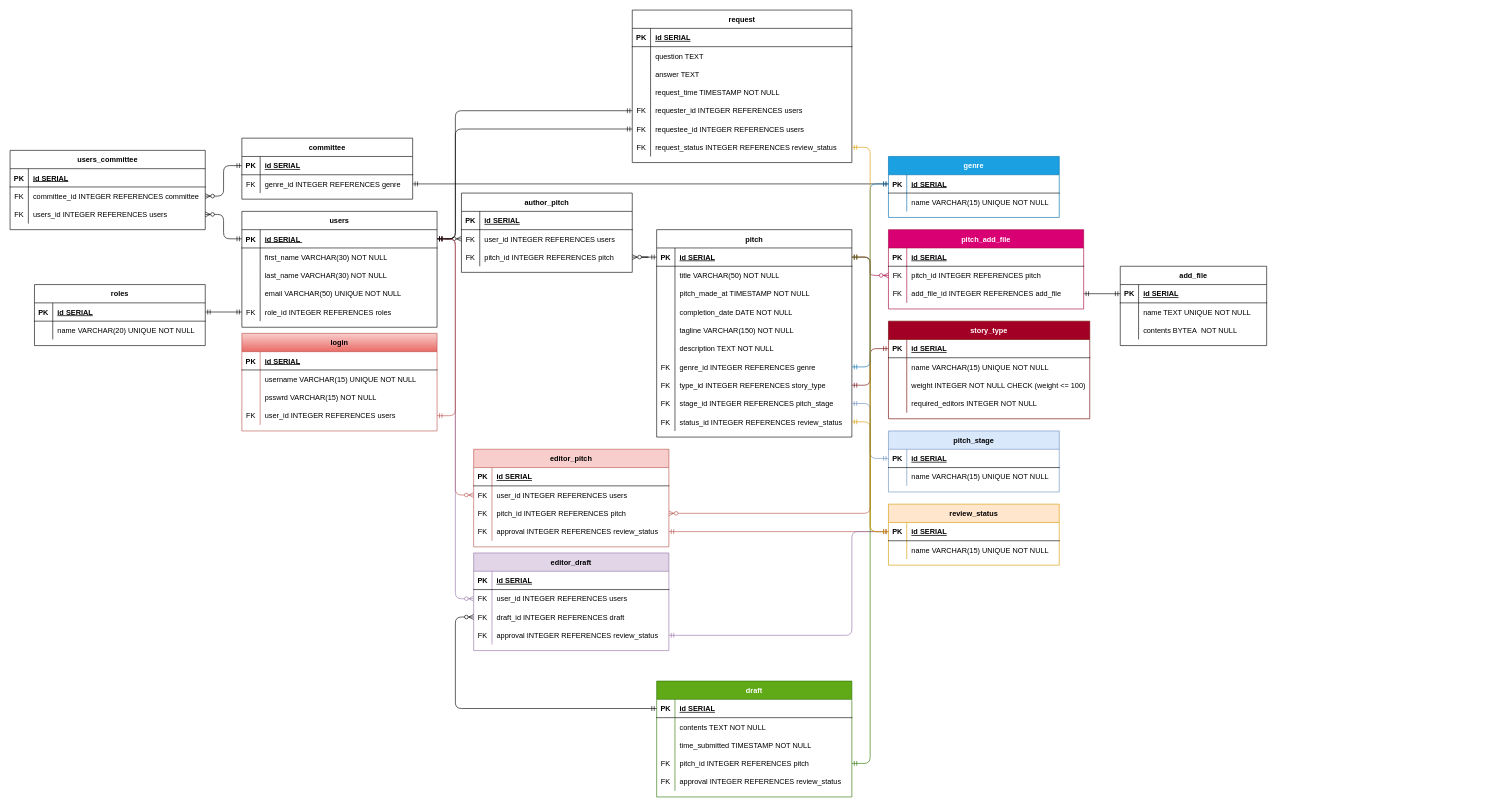
This is Project1/SPMS_ERD.drawio from irtalla/2011-nov9-usf, a draw.io file, before an edit. Source tidied: cells renumbered, new cells numbered last; positions are measured from the earlier drawing's top-left corner, leaving out a move shared by most shapes. Both pictures are drawn from the tidied source at 61%, with x=0, y=0 at pixel (10, 10).
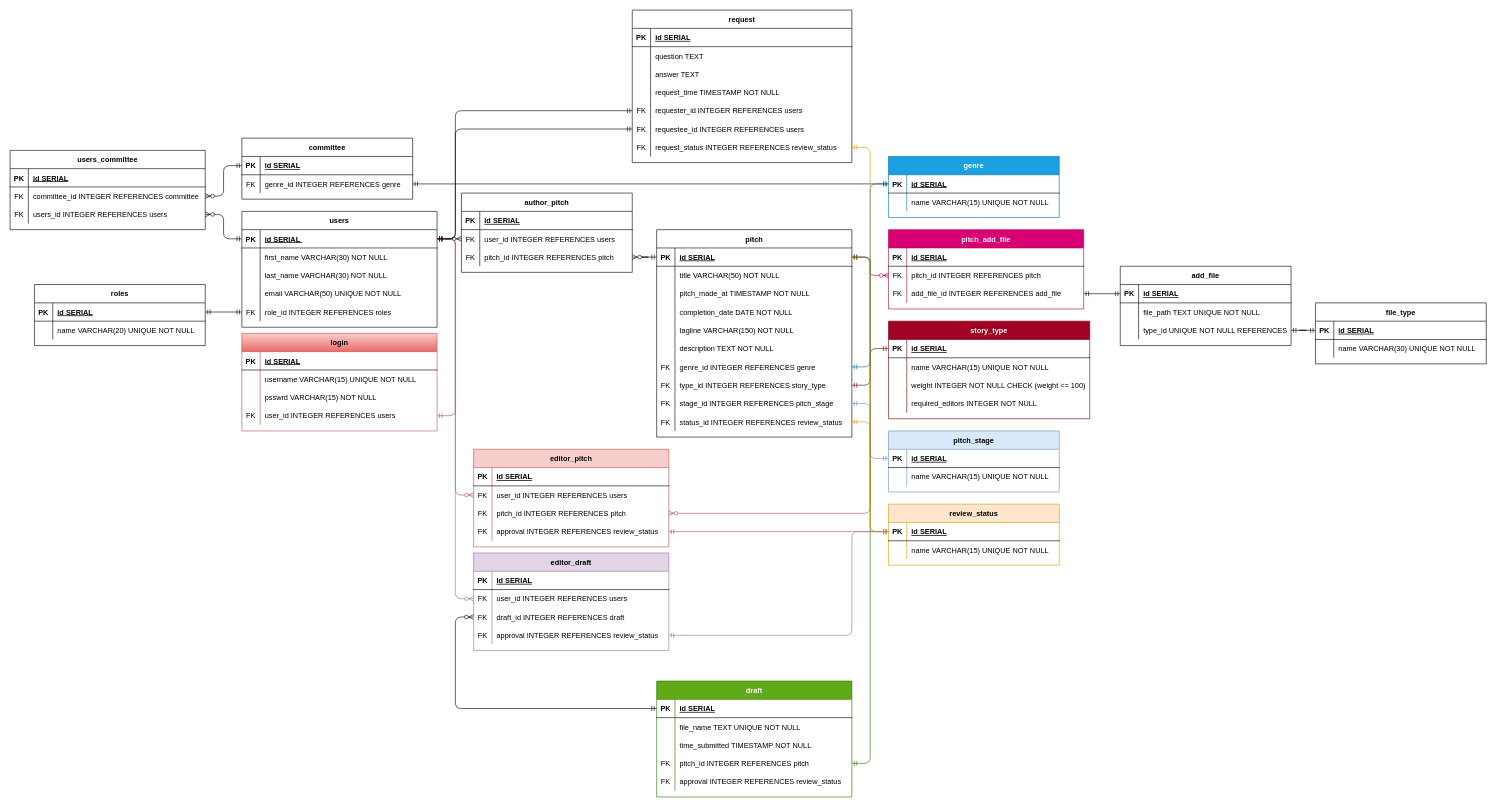
Above is the later version.

Commit message (it also covers changes not shown here):
Updated ERDs to better reflect the new plan for additional files being stored outside of db

The change refers to these unchanged cells:
```xml
<mxCell id="166" style="shape=partialRectangle;fillColor=none;top=0;left=0;bottom=0;right=0;" parent="162" vertex="1">
  <mxGeometry y="60" width="320" height="30" as="geometry" />
</mxCell>
```

What changed in the source:
```diff
@@
     <mxCell id="128" value="add_file" style="shape=table;startSize=30;childLayout=tableLayout;rowLines=0;fontStyle=1;align=center;" parent="1" vertex="1">
-      <mxGeometry x="1820" y="420" width="240" height="130" as="geometry" />
+      <mxGeometry x="1820" y="420" width="280" height="130" as="geometry" />
     </mxCell>
     <mxCell id="129" style="shape=partialRectangle;fillColor=none;top=0;left=0;bottom=1;right=0;points=[[0,0.5],[1,0.5]];portConstraint=eastwest;" parent="128" vertex="1">
-      <mxGeometry y="30" width="240" height="30" as="geometry" />
+      <mxGeometry y="30" width="280" height="30" as="geometry" />
     </mxCell>
@@
     <mxCell id="131" value="id SERIAL" style="shape=partialRectangle;fillColor=none;top=0;left=0;bottom=0;right=0;align=left;spacingLeft=6;fontStyle=5;overflow=hidden;" parent="129" vertex="1">
-      <mxGeometry x="30" width="210" height="30" as="geometry" />
+      <mxGeometry x="30" width="250" height="30" as="geometry" />
     </mxCell>
     <mxCell id="132" style="shape=partialRectangle;fillColor=none;top=0;left=0;bottom=0;right=0;" parent="128" vertex="1">
-      <mxGeometry y="60" width="240" height="30" as="geometry" />
+      <mxGeometry y="60" width="280" height="30" as="geometry" />
     </mxCell>
@@
-    <mxCell id="134" value="name TEXT UNIQUE NOT NULL" style="shape=partialRectangle;fillColor=none;top=0;left=0;bottom=0;right=0;align=left;spacingLeft=6;overflow=hidden;" parent="132" vertex="1">
-      <mxGeometry x="30" width="210" height="30" as="geometry" />
+    <mxCell id="134" value="file_path TEXT UNIQUE NOT NULL" style="shape=partialRectangle;fillColor=none;top=0;left=0;bottom=0;right=0;align=left;spacingLeft=6;overflow=hidden;" parent="132" vertex="1">
+      <mxGeometry x="30" width="250" height="30" as="geometry" />
     </mxCell>
     <mxCell id="135" style="shape=partialRectangle;fillColor=none;top=0;left=0;bottom=0;right=0;points=[[0,0.5],[1,0.5]];portConstraint=eastwest;" parent="128" vertex="1">
-      <mxGeometry y="90" width="240" height="30" as="geometry" />
+      <mxGeometry y="90" width="280" height="30" as="geometry" />
     </mxCell>
@@
-    <mxCell id="137" value="contents BYTEA  NOT NULL" style="shape=partialRectangle;fillColor=none;top=0;left=0;bottom=0;right=0;align=left;spacingLeft=6;overflow=hidden;" parent="135" vertex="1">
-      <mxGeometry x="30" width="210" height="30" as="geometry" />
+    <mxCell id="137" value="type_id UNIQUE NOT NULL REFERENCES  " style="shape=partialRectangle;fillColor=none;top=0;left=0;bottom=0;right=0;align=left;spacingLeft=6;overflow=hidden;" parent="135" vertex="1">
+      <mxGeometry x="30" width="250" height="30" as="geometry" />
     </mxCell>
@@
-    <mxCell id="168" value="contents TEXT NOT NULL" style="shape=partialRectangle;fillColor=none;top=0;left=0;bottom=0;right=0;align=left;spacingLeft=6;overflow=hidden;" parent="166" vertex="1">
+    <mxCell id="168" value="file_name TEXT UNIQUE NOT NULL" style="shape=partialRectangle;fillColor=none;top=0;left=0;bottom=0;right=0;align=left;spacingLeft=6;overflow=hidden;" parent="166" vertex="1">
       <mxGeometry x="30" width="290" height="30" as="geometry" />
     </mxCell>
@@
+    <mxCell id="237" value="file_type" style="shape=table;startSize=30;childLayout=tableLayout;rowLines=0;fontStyle=1;align=center;" parent="1" vertex="1">
+      <mxGeometry x="2140" y="480" width="280" height="100" as="geometry" />
+    </mxCell>
+    <mxCell id="238" style="shape=partialRectangle;fillColor=none;top=0;left=0;bottom=1;right=0;points=[[0,0.5],[1,0.5]];portConstraint=eastwest;" parent="237" vertex="1">
+      <mxGeometry y="30" width="280" height="30" as="geometry" />
+    </mxCell>
+    <mxCell id="239" value="PK" style="shape=partialRectangle;fillColor=none;top=0;left=0;bottom=0;right=0;fontStyle=1;overflow=hidden;" parent="238" vertex="1">
+      <mxGeometry width="30" height="30" as="geometry" />
+    </mxCell>
+    <mxCell id="240" value="id SERIAL" style="shape=partialRectangle;fillColor=none;top=0;left=0;bottom=0;right=0;align=left;spacingLeft=6;fontStyle=5;overflow=hidden;" parent="238" vertex="1">
+      <mxGeometry x="30" width="250" height="30" as="geometry" />
+    </mxCell>
+    <mxCell id="241" style="shape=partialRectangle;fillColor=none;top=0;left=0;bottom=0;right=0;" parent="237" vertex="1">
+      <mxGeometry y="60" width="280" height="30" as="geometry" />
+    </mxCell>
+    <mxCell id="242" style="shape=partialRectangle;fillColor=none;top=0;left=0;bottom=0;right=0;overflow=hidden;" parent="241" vertex="1">
+      <mxGeometry width="30" height="30" as="geometry" />
+    </mxCell>
+    <mxCell id="243" value="name VARCHAR(30) UNIQUE NOT NULL" style="shape=partialRectangle;fillColor=none;top=0;left=0;bottom=0;right=0;align=left;spacingLeft=6;overflow=hidden;" parent="241" vertex="1">
+      <mxGeometry x="30" width="250" height="30" as="geometry" />
+    </mxCell>
+    <mxCell id="244" style="edgeStyle=entityRelationEdgeStyle;fontSize=12;html=1;endArrow=ERmandOne;startArrow=ERmandOne;" parent="1" edge="1" source="135" target="238">
+      <mxGeometry relative="1" as="geometry" />
+    </mxCell>
```
